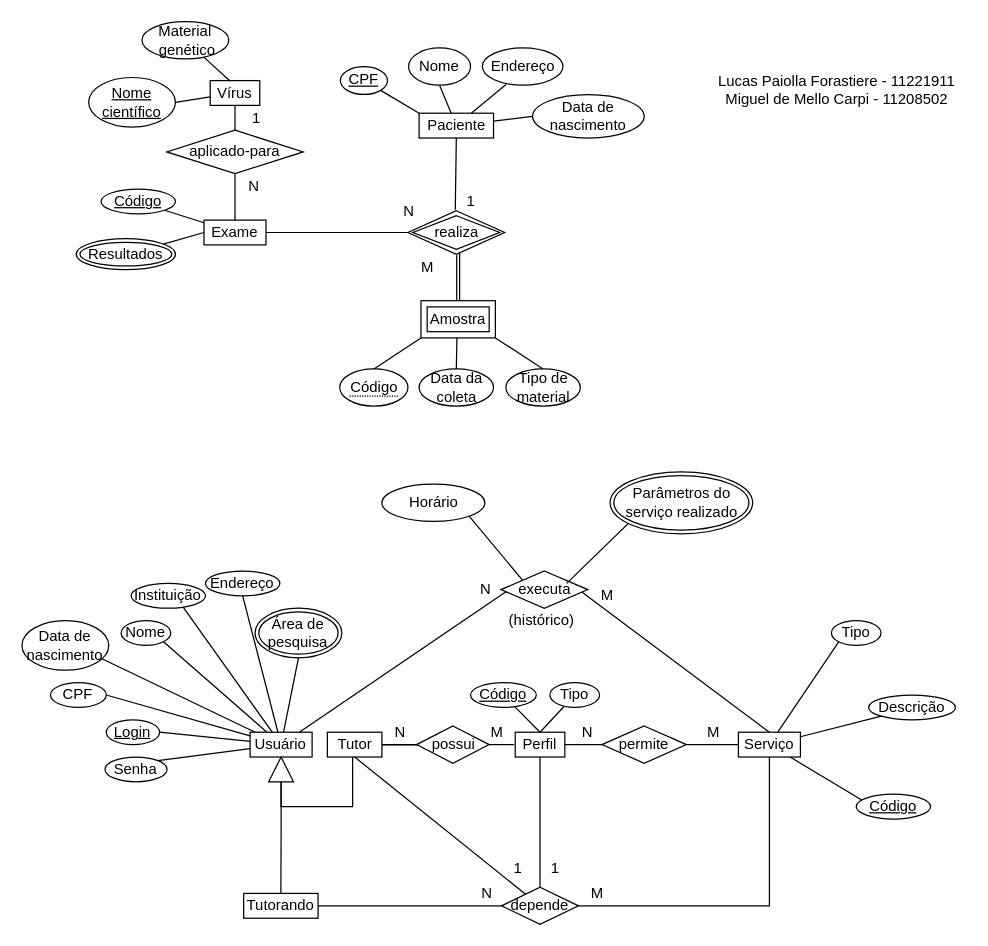
The draw.io diagram EP02.drawio in Giatroo/MAC0350-EP2, before the edit. Source tidied: cells renumbered, new cells numbered last; positions are measured from the earlier drawing's top-left corner, leaving out a move shared by most shapes. Both pictures are drawn from the tidied source at 124%, with x=0, y=0 at pixel (21, 21).
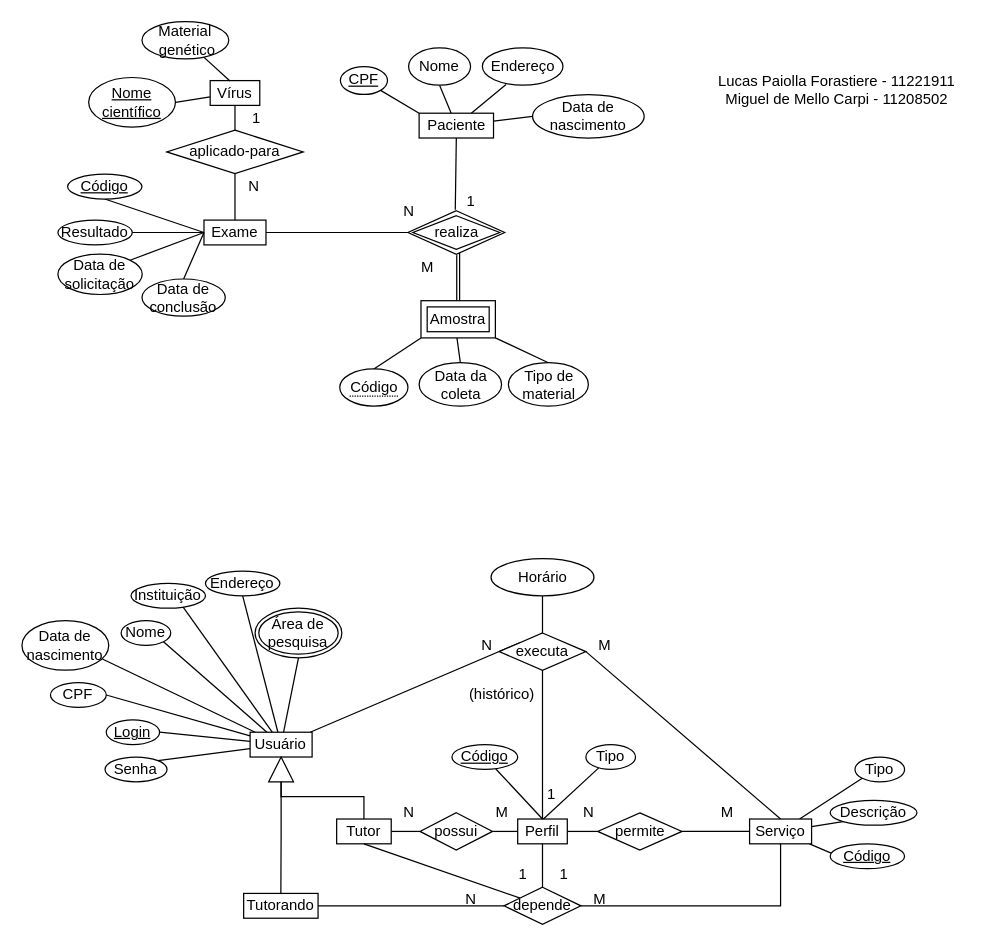
The same page after the edit.

Commit message:
Alterações para refletir as mudanças feitas no modelo físico

Unchanged cells that the change refers to:
```xml
<mxCell id="38" value="Exame" style="rounded=0;whiteSpace=wrap;html=1;" parent="1" vertex="1">
  <mxGeometry x="147" y="160" width="50" height="20" as="geometry" />
</mxCell>
<mxCell id="89" style="triangle;whiteSpace=wrap;html=1;rotation=-90;" parent="1" vertex="1">
  <mxGeometry x="199.2" y="593" width="20" height="20" as="geometry" />
</mxCell>
```

The edit, as a diff of the source:
```diff
@@
     <mxCell id="14" value="Data da coleta" style="ellipse;whiteSpace=wrap;html=1;" parent="1" vertex="1">
-      <mxGeometry x="320.5" y="280" width="60" height="30" as="geometry" />
+      <mxGeometry x="320.5" y="275" width="66.5" height="35" as="geometry" />
     </mxCell>
     <mxCell id="15" value="Tipo de material" style="ellipse;whiteSpace=wrap;html=1;" parent="1" vertex="1">
-      <mxGeometry x="390.5" y="280" width="60" height="30" as="geometry" />
+      <mxGeometry x="392.5" y="275" width="64.5" height="35" as="geometry" />
     </mxCell>
@@
     <mxCell id="33" value="Perfil" style="rounded=0;whiteSpace=wrap;html=1;direction=east;" parent="1" vertex="1">
-      <mxGeometry x="398" y="573" width="40" height="20" as="geometry" />
+      <mxGeometry x="400" y="643" width="40" height="20" as="geometry" />
     </mxCell>
-    <mxCell id="34" style="edgeStyle=none;rounded=0;jettySize=auto;html=1;endArrow=none;endFill=0;" parent="1" edge="1" source="35">
-      <mxGeometry relative="1" as="geometry">
-        <mxPoint x="418" y="573" as="targetPoint" />
-      </mxGeometry>
+    <mxCell id="34" style="edgeStyle=none;rounded=0;jettySize=auto;html=1;endArrow=none;endFill=0;entryX=0.519;entryY=-0.004;entryDx=0;entryDy=0;entryPerimeter=0;" parent="1" edge="1" source="35" target="33">
+      <mxGeometry relative="1" as="geometry" />
     </mxCell>
     <mxCell id="35" value="Tipo" style="ellipse;whiteSpace=wrap;html=1;direction=east;" parent="1" vertex="1">
-      <mxGeometry x="426" y="533" width="40" height="20" as="geometry" />
+      <mxGeometry x="455" y="583" width="40" height="20" as="geometry" />
     </mxCell>
+    <mxCell id="37" style="edgeStyle=none;rounded=0;jettySize=auto;html=1;entryX=0;entryY=0.5;entryDx=0;entryDy=0;endArrow=none;endFill=0;" parent="1" edge="1" source="38">
+      <mxGeometry relative="1" as="geometry">
+        <mxPoint x="312" y="170" as="targetPoint" />
+      </mxGeometry>
+    </mxCell>
-    <mxCell id="36" style="rounded=0;jettySize=auto;html=1;entryX=1;entryY=1;entryDx=0;entryDy=0;endArrow=none;endFill=0;" parent="1" edge="1" source="38" target="49">
+    <mxCell id="36" style="edgeStyle=none;rounded=0;jettySize=auto;html=1;exitX=0;exitY=0.5;exitDx=0;exitDy=0;entryX=0.5;entryY=1;entryDx=0;entryDy=0;endArrow=none;endFill=0;" parent="1" edge="1" source="38" target="49">
       <mxGeometry relative="1" as="geometry" />
     </mxCell>
-    <mxCell id="37" style="edgeStyle=none;rounded=0;jettySize=auto;html=1;entryX=0;entryY=0.5;entryDx=0;entryDy=0;endArrow=none;endFill=0;" parent="1" edge="1" source="38">
-      <mxGeometry relative="1" as="geometry">
-        <mxPoint x="312" y="170" as="targetPoint" />
-      </mxGeometry>
-    </mxCell>
@@
-    <mxCell id="45" style="edgeStyle=none;rounded=0;jettySize=auto;html=1;endArrow=none;endFill=0;entryX=1;entryY=0.5;entryDx=0;entryDy=0;" parent="1" edge="1" source="46" target="59">
-      <mxGeometry relative="1" as="geometry" />
-    </mxCell>
     <mxCell id="46" value="Serviço" style="rounded=0;whiteSpace=wrap;html=1;direction=east;" parent="1" vertex="1">
-      <mxGeometry x="578" y="573" width="50" height="20" as="geometry" />
+      <mxGeometry x="587" y="643" width="50" height="20" as="geometry" />
     </mxCell>
     <mxCell id="47" value="&lt;u&gt;Código&lt;/u&gt;" style="ellipse;whiteSpace=wrap;html=1;direction=east;" parent="1" vertex="1">
-      <mxGeometry x="673" y="623" width="60" height="20" as="geometry" />
+      <mxGeometry x="652" y="663" width="60" height="20" as="geometry" />
     </mxCell>
     <mxCell id="48" value="Descrição" style="ellipse;whiteSpace=wrap;html=1;direction=east;" parent="1" vertex="1">
-      <mxGeometry x="683" y="543" width="70" height="20" as="geometry" />
+      <mxGeometry x="652" y="628" width="70" height="20" as="geometry" />
     </mxCell>
     <mxCell id="49" value="&lt;u&gt;Código&lt;/u&gt;" style="ellipse;whiteSpace=wrap;html=1;" parent="1" vertex="1">
-      <mxGeometry x="64" y="135" width="60" height="20" as="geometry" />
+      <mxGeometry x="37" y="123" width="60" height="20" as="geometry" />
     </mxCell>
@@
     <mxCell id="51" value="Tipo" style="ellipse;whiteSpace=wrap;html=1;align=center;direction=east;" parent="1" vertex="1">
-      <mxGeometry x="653" y="483" width="40" height="20" as="geometry" />
+      <mxGeometry x="672" y="593" width="40" height="20" as="geometry" />
     </mxCell>
+    <mxCell id="108" style="edgeStyle=orthogonalEdgeStyle;rounded=0;jettySize=auto;html=1;exitX=0.5;exitY=1;exitDx=0;exitDy=0;entryX=0.5;entryY=0;entryDx=0;entryDy=0;endArrow=none;endFill=0;" parent="1" edge="1" source="53" target="33">
+      <mxGeometry relative="1" as="geometry" />
+    </mxCell>
+    <mxCell id="109" style="edgeStyle=none;rounded=0;jettySize=auto;html=1;exitX=0.5;exitY=0;exitDx=0;exitDy=0;entryX=0.5;entryY=1;entryDx=0;entryDy=0;endArrow=none;endFill=0;" parent="1" edge="1" source="53" target="56">
+      <mxGeometry relative="1" as="geometry" />
+    </mxCell>
-    <mxCell id="52" style="edgeStyle=none;rounded=0;jettySize=auto;html=1;exitX=1;exitY=0;exitDx=0;exitDy=0;entryX=0.5;entryY=0;entryDx=0;entryDy=0;endArrow=none;endFill=0;" parent="1" edge="1" source="53" target="46">
+    <mxCell id="52" style="edgeStyle=none;rounded=0;jettySize=auto;html=1;exitX=1;exitY=0.5;exitDx=0;exitDy=0;entryX=0.5;entryY=0;entryDx=0;entryDy=0;endArrow=none;endFill=0;" parent="1" edge="1" source="53" target="46">
       <mxGeometry relative="1" as="geometry" />
     </mxCell>
     <mxCell id="53" value="executa" style="shape=rhombus;perimeter=rhombusPerimeter;whiteSpace=wrap;html=1;align=center;" parent="1" vertex="1">
-      <mxGeometry x="386.5" y="443" width="70" height="30" as="geometry" />
+      <mxGeometry x="385" y="493" width="70" height="30" as="geometry" />
     </mxCell>
     <mxCell id="54" value="(histórico)" style="text;html=1;align=center;verticalAlign=middle;strokeColor=none;" parent="1" vertex="1">
-      <mxGeometry x="383.5" y="473" width="70" height="20" as="geometry" />
+      <mxGeometry x="351.5" y="533" width="70" height="20" as="geometry" />
     </mxCell>
-    <mxCell id="55" style="edgeStyle=none;rounded=0;jettySize=auto;html=1;endArrow=none;endFill=0;entryX=0;entryY=0;entryDx=0;entryDy=0;exitX=0.596;exitY=0.025;exitDx=0;exitDy=0;exitPerimeter=0;" parent="1" edge="1" source="56" target="53">
-      <mxGeometry relative="1" as="geometry" />
-    </mxCell>
     <mxCell id="56" value="Horário" style="ellipse;whiteSpace=wrap;html=1;align=center;" parent="1" vertex="1">
-      <mxGeometry x="290.5" y="373" width="83" height="30" as="geometry" />
+      <mxGeometry x="378.5" y="433" width="83" height="30" as="geometry" />
     </mxCell>
-    <mxCell id="57" style="edgeStyle=none;rounded=0;jettySize=auto;html=1;exitX=0.5;exitY=0;exitDx=0;exitDy=0;endArrow=none;endFill=0;" parent="1" edge="1" source="58">
-      <mxGeometry relative="1" as="geometry">
-        <mxPoint x="439.5" y="453" as="targetPoint" />
-      </mxGeometry>
-    </mxCell>
-    <mxCell id="58" value="Parâmetros do serviço realizado" style="ellipse;shape=doubleEllipse;margin=3;whiteSpace=wrap;html=1;align=center;" parent="1" vertex="1">
-      <mxGeometry x="474.5" y="363" width="115" height="50" as="geometry" />
-    </mxCell>
+    <mxCell id="110" style="edgeStyle=none;rounded=0;jettySize=auto;html=1;exitX=1;exitY=0.5;exitDx=0;exitDy=0;entryX=0;entryY=0.5;entryDx=0;entryDy=0;endArrow=none;endFill=0;" parent="1" edge="1" source="59" target="46">
+      <mxGeometry relative="1" as="geometry" />
+    </mxCell>
     <mxCell id="59" value="permite" style="rhombus;whiteSpace=wrap;html=1;" parent="1" vertex="1">
-      <mxGeometry x="468" y="568" width="68" height="30" as="geometry" />
+      <mxGeometry x="464.5" y="638" width="68" height="30" as="geometry" />
     </mxCell>
@@
     <mxCell id="63" value="N" style="text;html=1;align=center;verticalAlign=middle;strokeColor=none;" parent="1" vertex="1">
-      <mxGeometry x="446" y="563" width="20" height="20" as="geometry" />
+      <mxGeometry x="447" y="628" width="20" height="20" as="geometry" />
     </mxCell>
     <mxCell id="64" value="&amp;nbsp;M" style="text;html=1;align=center;verticalAlign=middle;strokeColor=none;" parent="1" vertex="1">
-      <mxGeometry x="541" y="563" width="30" height="20" as="geometry" />
+      <mxGeometry x="552" y="628" width="30" height="20" as="geometry" />
     </mxCell>
     <mxCell id="65" value="N" style="text;html=1;align=center;verticalAlign=middle;strokeColor=none;" parent="1" vertex="1">
-      <mxGeometry x="363.5" y="448" width="20" height="20" as="geometry" />
+      <mxGeometry x="365" y="493" width="20" height="20" as="geometry" />
     </mxCell>
     <mxCell id="66" value="M" style="text;html=1;align=center;verticalAlign=middle;strokeColor=none;" parent="1" vertex="1">
-      <mxGeometry x="456.5" y="453" width="30" height="20" as="geometry" />
+      <mxGeometry x="455" y="493" width="30" height="20" as="geometry" />
     </mxCell>
@@
-    <mxCell id="78" style="edgeStyle=none;rounded=0;jettySize=auto;html=1;entryX=0;entryY=0.5;entryDx=0;entryDy=0;endArrow=none;endFill=0;" parent="1" edge="1" source="79" target="38">
-      <mxGeometry relative="1" as="geometry" />
-    </mxCell>
-    <mxCell id="79" value="Resultados" style="ellipse;shape=doubleEllipse;margin=3;whiteSpace=wrap;html=1;align=center;" parent="1" vertex="1">
-      <mxGeometry x="44" y="175" width="80" height="25" as="geometry" />
-    </mxCell>
@@
     <mxCell id="81" value="Código" style="ellipse;whiteSpace=wrap;html=1;align=center;fontStyle=4;" parent="1" vertex="1">
-      <mxGeometry x="362" y="533" width="53" height="20" as="geometry" />
+      <mxGeometry x="347" y="583" width="53" height="20" as="geometry" />
     </mxCell>
@@
-    <mxCell id="87" style="edgeStyle=orthogonalEdgeStyle;rounded=0;jettySize=auto;html=1;exitX=0;exitY=0.5;exitDx=0;exitDy=0;endArrow=none;endFill=0;entryX=0.463;entryY=0.982;entryDx=0;entryDy=0;entryPerimeter=0;" parent="1" edge="1" source="89" target="90">
-      <mxGeometry relative="1" as="geometry">
-        <Array as="points">
-          <mxPoint x="209" y="633" />
-          <mxPoint x="267" y="633" />
-        </Array>
-      </mxGeometry>
-    </mxCell>
@@
+    <mxCell id="111" style="edgeStyle=orthogonalEdgeStyle;rounded=0;jettySize=auto;html=1;exitX=0.5;exitY=0;exitDx=0;exitDy=0;endArrow=none;endFill=0;entryX=0;entryY=0.5;entryDx=0;entryDy=0;" parent="1" edge="1" source="90" target="89">
+      <mxGeometry relative="1" as="geometry">
+        <Array as="points">
+          <mxPoint x="276" y="625" />
+          <mxPoint x="209" y="625" />
+          <mxPoint x="209" y="613" />
+        </Array>
+      </mxGeometry>
+    </mxCell>
+    <mxCell id="112" style="edgeStyle=none;rounded=0;jettySize=auto;html=1;exitX=1;exitY=0.5;exitDx=0;exitDy=0;entryX=0;entryY=0.5;entryDx=0;entryDy=0;endArrow=none;endFill=0;" parent="1" edge="1" source="90" target="97">
+      <mxGeometry relative="1" as="geometry" />
+    </mxCell>
     <mxCell id="90" value="Tutor" style="rounded=0;whiteSpace=wrap;html=1;" parent="1" vertex="1">
-      <mxGeometry x="246.5" y="573" width="44" height="20" as="geometry" />
+      <mxGeometry x="254" y="643" width="44" height="20" as="geometry" />
     </mxCell>
@@
-    <mxCell id="93" style="edgeStyle=none;rounded=0;orthogonalLoop=1;jettySize=auto;html=1;endArrow=none;endFill=0;" parent="1" edge="1">
-      <mxGeometry relative="1" as="geometry">
-        <mxPoint x="320.5" y="583" as="sourcePoint" />
-        <mxPoint x="290.5" y="583" as="targetPoint" />
-      </mxGeometry>
-    </mxCell>
-    <mxCell id="94" style="edgeStyle=none;rounded=0;orthogonalLoop=1;jettySize=auto;html=1;endArrow=none;endFill=0;" parent="1" edge="1">
-      <mxGeometry relative="1" as="geometry">
-        <mxPoint x="320.5" y="583" as="sourcePoint" />
-        <mxPoint x="290.5" y="583" as="targetPoint" />
-      </mxGeometry>
-    </mxCell>
-    <mxCell id="95" style="edgeStyle=none;rounded=0;orthogonalLoop=1;jettySize=auto;html=1;endArrow=none;endFill=0;" parent="1" edge="1">
-      <mxGeometry relative="1" as="geometry">
-        <mxPoint x="290.5" y="583" as="sourcePoint" />
-        <mxPoint x="320.5" y="583" as="targetPoint" />
-      </mxGeometry>
-    </mxCell>
-    <mxCell id="96" style="edgeStyle=orthogonalEdgeStyle;rounded=0;jettySize=auto;html=1;endArrow=none;endFill=0;" parent="1" edge="1" source="97">
-      <mxGeometry relative="1" as="geometry">
-        <mxPoint x="397" y="583" as="targetPoint" />
-      </mxGeometry>
-    </mxCell>
+    <mxCell id="113" style="edgeStyle=none;rounded=0;jettySize=auto;html=1;exitX=1;exitY=0.5;exitDx=0;exitDy=0;entryX=0;entryY=0.5;entryDx=0;entryDy=0;endArrow=none;endFill=0;" parent="1" edge="1" source="97" target="33">
+      <mxGeometry relative="1" as="geometry" />
+    </mxCell>
     <mxCell id="97" value="possui" style="rhombus;whiteSpace=wrap;html=1;" parent="1" vertex="1">
-      <mxGeometry x="318.5" y="568" width="58.5" height="30" as="geometry" />
+      <mxGeometry x="321.2" y="638" width="58.5" height="30" as="geometry" />
     </mxCell>
     <mxCell id="98" value="N" style="text;html=1;align=center;verticalAlign=middle;strokeColor=none;" parent="1" vertex="1">
-      <mxGeometry x="295" y="563" width="20" height="20" as="geometry" />
+      <mxGeometry x="302" y="628" width="20" height="20" as="geometry" />
     </mxCell>
     <mxCell id="99" value="M" style="text;html=1;align=center;verticalAlign=middle;strokeColor=none;" parent="1" vertex="1">
-      <mxGeometry x="368" y="563" width="30" height="20" as="geometry" />
+      <mxGeometry x="371.5" y="628" width="30" height="20" as="geometry" />
     </mxCell>
@@
     <mxCell id="103" value="depende" style="shape=rhombus;perimeter=rhombusPerimeter;whiteSpace=wrap;html=1;align=center;" parent="1" vertex="1">
-      <mxGeometry x="387" y="698" width="62" height="30" as="geometry" />
+      <mxGeometry x="389" y="698" width="62" height="30" as="geometry" />
     </mxCell>
     <mxCell id="104" value="1" style="text;html=1;align=center;verticalAlign=middle;strokeColor=none;" parent="1" vertex="1">
-      <mxGeometry x="389.5" y="673" width="20" height="20" as="geometry" />
+      <mxGeometry x="394" y="678" width="20" height="20" as="geometry" />
     </mxCell>
     <mxCell id="105" value="N" style="text;html=1;align=center;verticalAlign=middle;strokeColor=none;" parent="1" vertex="1">
-      <mxGeometry x="365" y="693" width="20" height="20" as="geometry" />
+      <mxGeometry x="351.5" y="698" width="20" height="20" as="geometry" />
     </mxCell>
     <mxCell id="106" value="1" style="text;html=1;align=center;verticalAlign=middle;strokeColor=none;" parent="1" vertex="1">
-      <mxGeometry x="420" y="673" width="20" height="20" as="geometry" />
+      <mxGeometry x="426.5" y="678" width="20" height="20" as="geometry" />
     </mxCell>
     <mxCell id="107" value="M" style="text;html=1;align=center;verticalAlign=middle;strokeColor=none;" parent="1" vertex="1">
-      <mxGeometry x="449" y="693" width="30" height="20" as="geometry" />
+      <mxGeometry x="451" y="698" width="30" height="20" as="geometry" />
     </mxCell>
+    <mxCell id="114" style="edgeStyle=none;rounded=0;jettySize=auto;html=1;exitX=1;exitY=0;exitDx=0;exitDy=0;entryX=0;entryY=0.5;entryDx=0;entryDy=0;endArrow=none;endFill=0;" parent="1" edge="1" source="115" target="38">
+      <mxGeometry relative="1" as="geometry" />
+    </mxCell>
+    <mxCell id="115" value="Data de solicitação" style="ellipse;whiteSpace=wrap;html=1;" parent="1" vertex="1">
+      <mxGeometry x="29.2" y="187.5" width="68" height="32.5" as="geometry" />
+    </mxCell>
+    <mxCell id="116" style="edgeStyle=none;rounded=0;jettySize=auto;html=1;exitX=0.5;exitY=0;exitDx=0;exitDy=0;endArrow=none;endFill=0;entryX=0;entryY=0.5;entryDx=0;entryDy=0;" parent="1" edge="1" source="117" target="38">
+      <mxGeometry relative="1" as="geometry" />
+    </mxCell>
+    <mxCell id="117" value="&lt;div&gt;Data de&lt;/div&gt;&lt;div&gt;conclusão&lt;br&gt;&lt;/div&gt;" style="ellipse;whiteSpace=wrap;html=1;" parent="1" vertex="1">
+      <mxGeometry x="97" y="207.5" width="67.2" height="30" as="geometry" />
+    </mxCell>
+    <mxCell id="118" style="edgeStyle=none;rounded=0;jettySize=auto;html=1;exitX=1;exitY=0.5;exitDx=0;exitDy=0;endArrow=none;endFill=0;" parent="1" edge="1" source="119">
+      <mxGeometry relative="1" as="geometry">
+        <mxPoint x="147" y="170" as="targetPoint" />
+      </mxGeometry>
+    </mxCell>
+    <mxCell id="119" value="Resultado" style="ellipse;whiteSpace=wrap;html=1;" parent="1" vertex="1">
+      <mxGeometry x="29.2" y="160" width="60" height="20" as="geometry" />
+    </mxCell>
+    <mxCell id="120" value="1" style="text;html=1;align=center;verticalAlign=middle;strokeColor=none;" parent="1" vertex="1">
+      <mxGeometry x="416.5" y="613" width="20" height="20" as="geometry" />
+    </mxCell>
```
